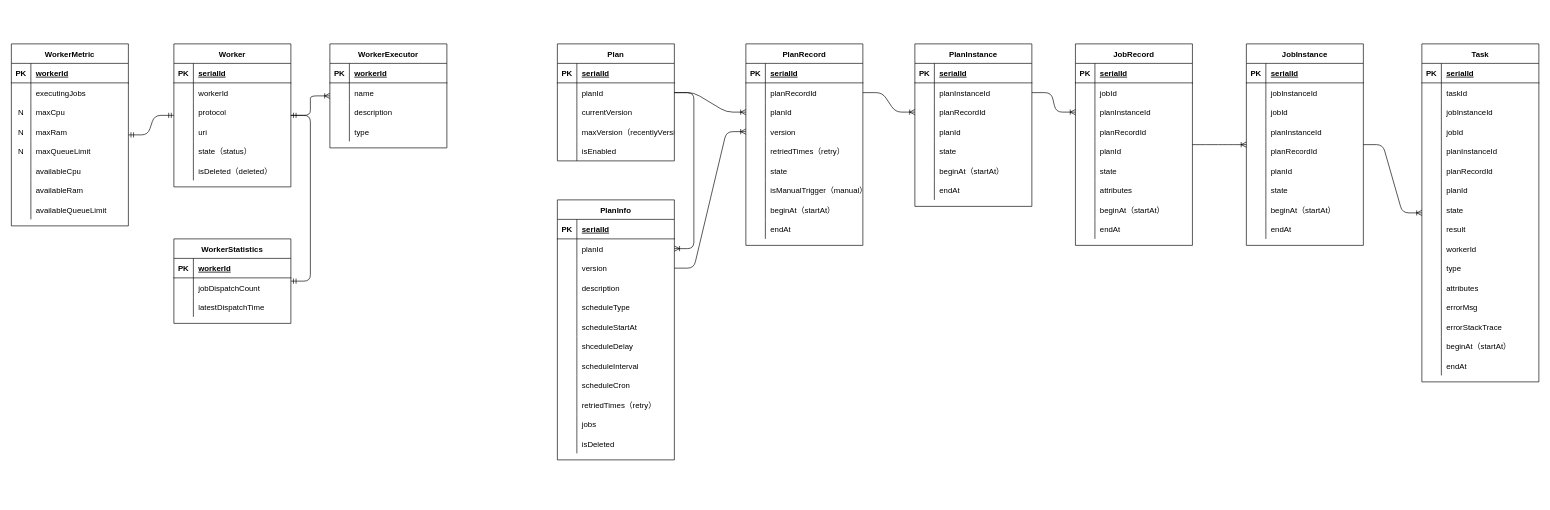
Above: page "第 1 页" (1 of 2) of docs/E-R/DB表ER图.drawio in limbo-world/flowjob (draw.io), before the change. Source tidied: cells renumbered, new cells numbered last; positions are measured from the earlier drawing's top-left corner, leaving out a move shared by most shapes. Both pictures are drawn from the tidied source at 65%, with x=0, y=0 at pixel (11, 44).
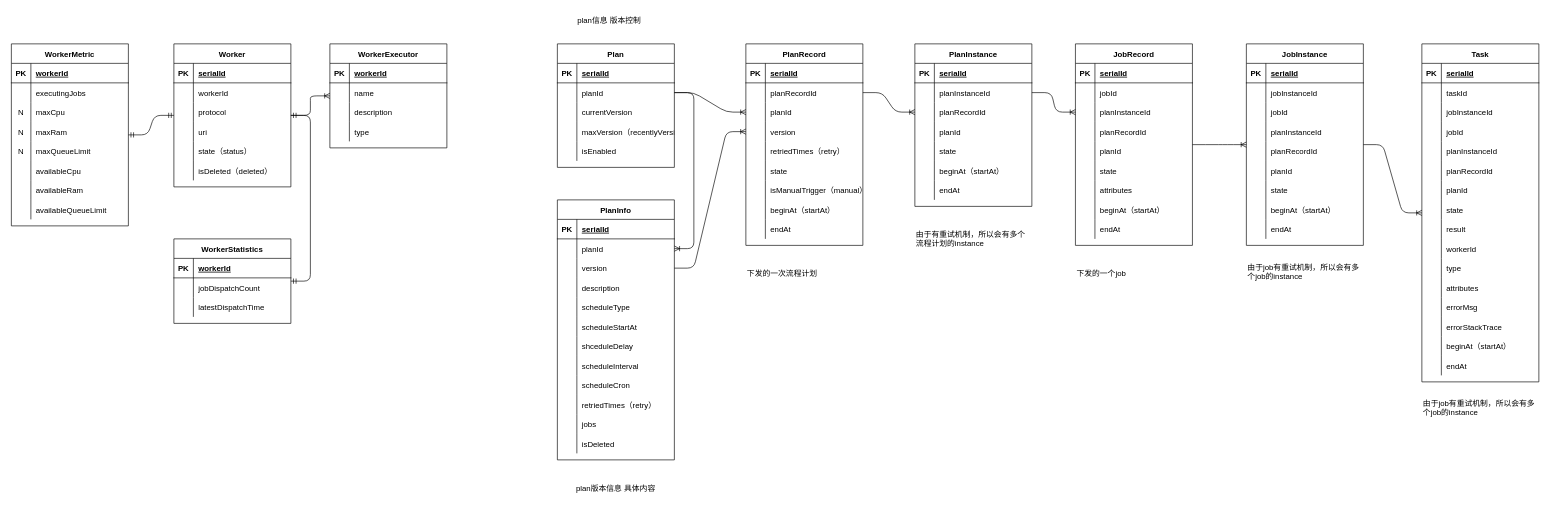
The same page after the edit.

Change to the diagram source:
```diff
@@
     <mxCell id="52" value="Plan" style="shape=table;startSize=30;childLayout=tableLayout;rowLines=0;fontStyle=1;align=center;" parent="1" vertex="1">
-      <mxGeometry x="840" width="180" height="180" as="geometry" />
+      <mxGeometry x="840" width="180" height="190" as="geometry" />
     </mxCell>
@@
+    <mxCell id="287" value="plan信息 版本控制" style="text;html=1;strokeColor=none;fillColor=none;align=center;verticalAlign=middle;whiteSpace=wrap;rounded=0;" parent="1" vertex="1">
+      <mxGeometry x="840" y="-50" width="160" height="30" as="geometry" />
+    </mxCell>
+    <mxCell id="288" value="plan版本信息 具体内容" style="text;html=1;strokeColor=none;fillColor=none;align=center;verticalAlign=middle;whiteSpace=wrap;rounded=0;" parent="1" vertex="1">
+      <mxGeometry x="850" y="670" width="160" height="30" as="geometry" />
+    </mxCell>
+    <mxCell id="289" value="下发的一次流程计划" style="text;html=1;strokeColor=none;fillColor=none;align=left;verticalAlign=top;whiteSpace=wrap;rounded=0;" parent="1" vertex="1">
+      <mxGeometry x="1130" y="340" width="180" height="50" as="geometry" />
+    </mxCell>
+    <mxCell id="290" value="由于有重试机制，所以会有多个流程计划的instance" style="text;html=1;strokeColor=none;fillColor=none;align=left;verticalAlign=top;whiteSpace=wrap;rounded=0;" parent="1" vertex="1">
+      <mxGeometry x="1390" y="280" width="180" height="50" as="geometry" />
+    </mxCell>
+    <mxCell id="291" value="下发的一个job" style="text;html=1;strokeColor=none;fillColor=none;align=left;verticalAlign=top;whiteSpace=wrap;rounded=0;" parent="1" vertex="1">
+      <mxGeometry x="1637" y="340" width="180" height="50" as="geometry" />
+    </mxCell>
+    <mxCell id="292" value="由于job有重试机制，所以会有多个job的instance" style="text;html=1;strokeColor=none;fillColor=none;align=left;verticalAlign=top;whiteSpace=wrap;rounded=0;" parent="1" vertex="1">
+      <mxGeometry x="1900" y="330" width="180" height="50" as="geometry" />
+    </mxCell>
+    <mxCell id="293" value="由于job有重试机制，所以会有多个job的instance" style="text;html=1;strokeColor=none;fillColor=none;align=left;verticalAlign=top;whiteSpace=wrap;rounded=0;" parent="1" vertex="1">
+      <mxGeometry x="2170" y="540" width="180" height="50" as="geometry" />
+    </mxCell>
```
